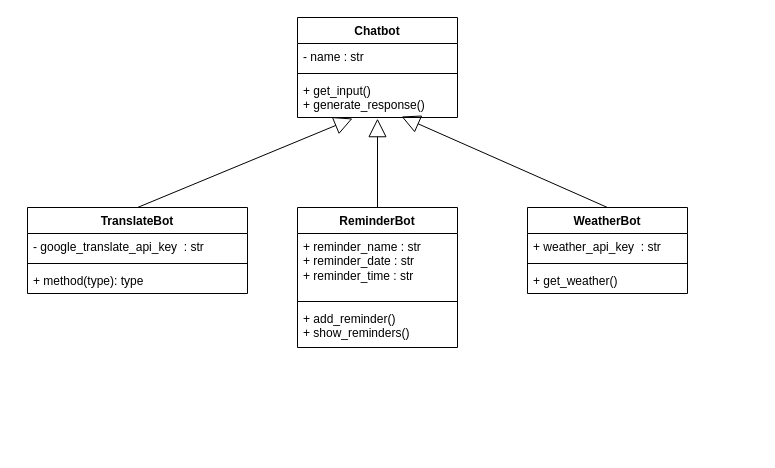
Earlier version of the draw.io diagram umldiagram.drawio (barisparlakk/omniabotv2). Source tidied: cells renumbered, new cells numbered last; positions are measured from the earlier drawing's top-left corner, leaving out a move shared by most shapes. Both pictures are drawn from the tidied source at 100%, with x=0, y=0 at pixel (27, 17).
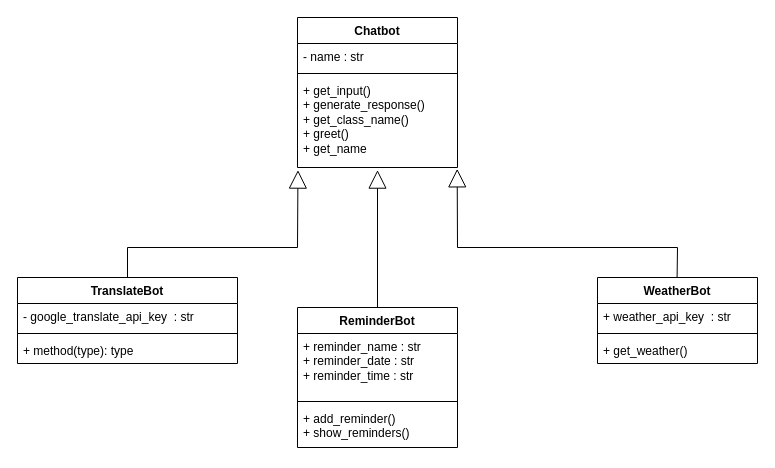
The same page after the edit.

Commit message:
Changes on UML Diagram.

What changed in the source:
```diff
@@
     <mxCell id="2" value="Chatbot" style="swimlane;fontStyle=1;align=center;verticalAlign=top;horizontal=1;startSize=26;whiteSpace=wrap;html=1;" parent="1" vertex="1">
-      <mxGeometry x="270" width="160" height="100" as="geometry" />
+      <mxGeometry x="270" width="160" height="150" as="geometry" />
     </mxCell>
@@
-    <mxCell id="5" value="&lt;div&gt;+ get_input()&lt;/div&gt;&lt;div&gt;+ generate_response()&lt;/div&gt;" style="text;strokeColor=none;fillColor=none;align=left;verticalAlign=top;spacingLeft=4;spacingRight=4;overflow=hidden;points=[[0,0.5],[1,0.5]];portConstraint=eastwest;whiteSpace=wrap;html=1;" parent="2" vertex="1">
-      <mxGeometry y="60" width="160" height="40" as="geometry" />
+    <mxCell id="5" value="&lt;div&gt;+ get_input()&lt;/div&gt;&lt;div&gt;+ generate_response()&lt;/div&gt;&lt;div&gt;+ get_class_name()&lt;/div&gt;&lt;div&gt;+ greet()&lt;/div&gt;&lt;div&gt;+ get_name&lt;/div&gt;" style="text;strokeColor=none;fillColor=none;align=left;verticalAlign=top;spacingLeft=4;spacingRight=4;overflow=hidden;points=[[0,0.5],[1,0.5]];portConstraint=eastwest;whiteSpace=wrap;html=1;" parent="2" vertex="1">
+      <mxGeometry y="60" width="160" height="90" as="geometry" />
     </mxCell>
     <mxCell id="6" value="WeatherBot" style="swimlane;fontStyle=1;align=center;verticalAlign=top;horizontal=1;startSize=26;whiteSpace=wrap;html=1;" parent="1" vertex="1">
-      <mxGeometry x="500" y="190" width="160" height="86" as="geometry" />
+      <mxGeometry x="570" y="260" width="160" height="86" as="geometry" />
     </mxCell>
@@
     <mxCell id="10" value="ReminderBot" style="swimlane;fontStyle=1;align=center;verticalAlign=top;horizontal=1;startSize=26;whiteSpace=wrap;html=1;" parent="1" vertex="1">
-      <mxGeometry x="270" y="190" width="160" height="140" as="geometry" />
+      <mxGeometry x="270" y="290" width="160" height="140" as="geometry" />
     </mxCell>
@@
     <mxCell id="14" value="TranslateBot" style="swimlane;fontStyle=1;align=center;verticalAlign=top;horizontal=1;startSize=26;whiteSpace=wrap;html=1;" parent="1" vertex="1">
-      <mxGeometry y="190" width="220" height="86" as="geometry" />
+      <mxGeometry x="-10" y="260" width="220" height="86" as="geometry" />
     </mxCell>
@@
-    <mxCell id="19" style="endArrow=block;endSize=16;endFill=0;html=1;rounded=0;exitX=0.5;exitY=0;exitDx=0;exitDy=0;entryX=0.65;entryY=0.975;entryDx=0;entryDy=0;entryPerimeter=0;" parent="1" edge="1" source="6" target="5">
-      <mxGeometry relative="1" as="geometry" />
-    </mxCell>
-    <mxCell id="20" style="endArrow=block;endSize=16;endFill=0;html=1;rounded=0;exitX=0.5;exitY=0;exitDx=0;exitDy=0;entryX=0.344;entryY=1.025;entryDx=0;entryDy=0;entryPerimeter=0;" parent="1" edge="1" source="14" target="5">
-      <mxGeometry relative="1" as="geometry" />
+    <mxCell id="20" style="endArrow=block;endSize=16;endFill=0;html=1;rounded=0;exitX=0.5;exitY=0;exitDx=0;exitDy=0;entryX=0.003;entryY=1.029;entryDx=0;entryDy=0;entryPerimeter=0;" parent="1" edge="1" source="14" target="5">
+      <mxGeometry relative="1" as="geometry">
+        <Array as="points">
+          <mxPoint x="100" y="230" />
+          <mxPoint x="270" y="230" />
+        </Array>
+      </mxGeometry>
     </mxCell>
+    <mxCell id="21" style="endArrow=block;endSize=16;endFill=0;html=1;rounded=0;exitX=0.5;exitY=0;exitDx=0;exitDy=0;entryX=0.998;entryY=1.015;entryDx=0;entryDy=0;entryPerimeter=0;" parent="1" edge="1" target="5">
+      <mxGeometry relative="1" as="geometry">
+        <mxPoint x="649.6" y="260" as="sourcePoint" />
+        <Array as="points">
+          <mxPoint x="650" y="230" />
+          <mxPoint x="430" y="230" />
+        </Array>
+      </mxGeometry>
+    </mxCell>
```
